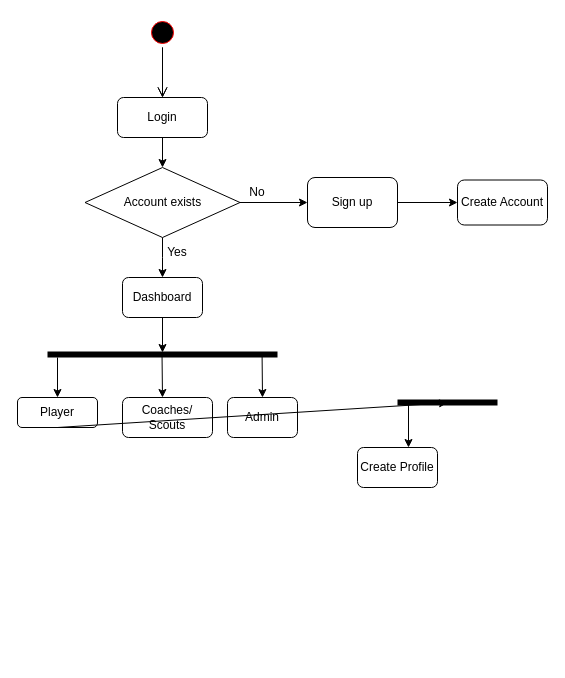
The draw.io diagram Untitled Diagram.drawio in anumathew-25/anumathew-25, before the edit. Source tidied: cells renumbered, new cells numbered last; positions are measured from the earlier drawing's top-left corner, leaving out a move shared by most shapes. Both pictures are drawn from the tidied source at 100%, with x=0, y=0 at pixel (17, 17).
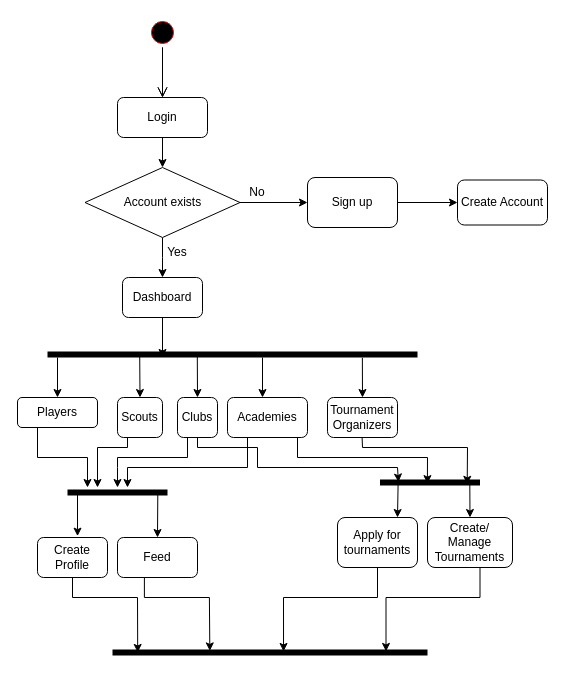
After the change.

The change refers to these unchanged cells:
```xml
<mxCell id="12" value="Dashboard" style="rounded=1;whiteSpace=wrap;html=1;fillColor=#FFFFFF;" parent="1" vertex="1">
  <mxGeometry x="105" y="260" width="80" height="40" as="geometry" />
</mxCell>
```

What changed in the source:
```diff
@@
-    <mxCell id="14" style="endArrow=classic;html=1;rounded=0;strokeColor=#000000;exitX=0.5;exitY=1;exitDx=0;exitDy=0;" parent="1" edge="1" source="12" target="15">
-      <mxGeometry relative="1" as="geometry" />
+    <mxCell id="14" style="endArrow=classic;html=1;rounded=0;strokeColor=#000000;exitX=0.5;exitY=1;exitDx=0;exitDy=0;" parent="1" edge="1" source="12">
+      <mxGeometry relative="1" as="geometry">
+        <mxPoint x="145" y="340" as="targetPoint" />
+      </mxGeometry>
     </mxCell>
     <mxCell id="15" style="line;strokeWidth=6;fillColor=none;align=left;verticalAlign=middle;spacingTop=-1;spacingLeft=3;spacingRight=3;labelPosition=right;points=[];portConstraint=eastwest;" parent="1" vertex="1">
-      <mxGeometry x="30" y="335" width="230" height="4" as="geometry" />
+      <mxGeometry x="30" y="335" width="370" height="4" as="geometry" />
     </mxCell>
@@
-    <mxCell id="17" style="endArrow=classic;html=1;rounded=0;strokeColor=#000000;" parent="1" edge="1">
+    <mxCell id="17" style="endArrow=classic;html=1;rounded=0;strokeColor=#000000;entryX=0.5;entryY=0;entryDx=0;entryDy=0;" parent="1" edge="1" target="19">
       <mxGeometry relative="1" as="geometry">
-        <mxPoint x="144.5" y="335" as="sourcePoint" />
-        <mxPoint x="145" y="380" as="targetPoint" />
+        <mxPoint x="122.2" y="335" as="sourcePoint" />
       </mxGeometry>
     </mxCell>
-    <mxCell id="18" value="Player" style="rounded=1;whiteSpace=wrap;html=1;strokeWidth=1;fillColor=#FFFFFF;" parent="1" vertex="1">
+    <mxCell id="18" value="Players" style="rounded=1;whiteSpace=wrap;html=1;strokeWidth=1;fillColor=#FFFFFF;" parent="1" vertex="1">
       <mxGeometry y="380" width="80" height="30" as="geometry" />
     </mxCell>
-    <mxCell id="19" value="Coaches/&lt;br&gt;Scouts" style="rounded=1;whiteSpace=wrap;html=1;strokeWidth=1;fillColor=#FFFFFF;" parent="1" vertex="1">
-      <mxGeometry x="105" y="380" width="90" height="40" as="geometry" />
+    <mxCell id="19" value="Scouts" style="rounded=1;whiteSpace=wrap;html=1;strokeWidth=1;fillColor=#FFFFFF;" parent="1" vertex="1">
+      <mxGeometry x="100" y="380" width="45" height="40" as="geometry" />
     </mxCell>
-    <mxCell id="20" value="Admin" style="rounded=1;whiteSpace=wrap;html=1;strokeWidth=1;fillColor=#FFFFFF;" parent="1" vertex="1">
-      <mxGeometry x="210" y="380" width="70" height="40" as="geometry" />
+    <mxCell id="20" value="Academies" style="rounded=1;whiteSpace=wrap;html=1;strokeWidth=1;fillColor=#FFFFFF;" parent="1" vertex="1">
+      <mxGeometry x="210" y="380" width="80" height="40" as="geometry" />
     </mxCell>
-    <mxCell id="21" style="endArrow=classic;html=1;rounded=0;strokeColor=#000000;exitX=0.933;exitY=0.583;exitDx=0;exitDy=0;exitPerimeter=0;entryX=0.5;entryY=0;entryDx=0;entryDy=0;" parent="1" edge="1" source="15" target="20">
-      <mxGeometry relative="1" as="geometry" />
+    <mxCell id="21" style="endArrow=classic;html=1;rounded=0;strokeColor=#000000;" parent="1" edge="1">
+      <mxGeometry relative="1" as="geometry">
+        <mxPoint x="245" y="340" as="sourcePoint" />
+        <mxPoint x="245" y="380" as="targetPoint" />
+      </mxGeometry>
     </mxCell>
     <mxCell id="22" style="line;strokeWidth=6;fillColor=none;align=left;verticalAlign=middle;spacingTop=-1;spacingLeft=3;spacingRight=3;labelPosition=right;points=[];portConstraint=eastwest;" parent="1" vertex="1">
-      <mxGeometry x="380" y="380" width="100" height="10" as="geometry" />
+      <mxGeometry x="50" y="470" width="100" height="10" as="geometry" />
     </mxCell>
-    <mxCell id="23" style="endArrow=classic;html=1;rounded=0;strokeColor=#000000;exitX=0.5;exitY=1;exitDx=0;exitDy=0;entryX=0.5;entryY=0.533;entryDx=0;entryDy=0;entryPerimeter=0;" parent="1" edge="1" source="18" target="22">
-      <mxGeometry relative="1" as="geometry" />
-    </mxCell>
@@
-    <mxCell id="26" style="endArrow=classic;html=1;rounded=0;strokeColor=#000000;" parent="1" edge="1">
+    <mxCell id="26" style="endArrow=classic;html=1;rounded=0;strokeColor=#000000;entryX=0.572;entryY=-0.034;entryDx=0;entryDy=0;entryPerimeter=0;" parent="1" edge="1" target="27">
       <mxGeometry relative="1" as="geometry">
-        <mxPoint x="391" y="385" as="sourcePoint" />
-        <mxPoint x="391" y="430" as="targetPoint" />
+        <mxPoint x="60" y="472.5" as="sourcePoint" />
       </mxGeometry>
     </mxCell>
     <mxCell id="27" value="Create Profile" style="rounded=1;whiteSpace=wrap;html=1;strokeWidth=1;fillColor=#FFFFFF;" parent="1" vertex="1">
-      <mxGeometry x="340" y="430" width="80" height="40" as="geometry" />
+      <mxGeometry x="20" y="520" width="70" height="40" as="geometry" />
     </mxCell>
+    <mxCell id="28" style="endArrow=classic;html=1;rounded=0;strokeColor=#000000;entryX=0.5;entryY=0;entryDx=0;entryDy=0;exitX=0.903;exitY=0.656;exitDx=0;exitDy=0;exitPerimeter=0;" parent="1" edge="1" source="22" target="29">
+      <mxGeometry relative="1" as="geometry" />
+    </mxCell>
+    <mxCell id="29" value="Feed" style="rounded=1;whiteSpace=wrap;html=1;strokeWidth=1;fillColor=#FFFFFF;" parent="1" vertex="1">
+      <mxGeometry x="100" y="520" width="80" height="40" as="geometry" />
+    </mxCell>
+    <mxCell id="30" value="Tournament&lt;br&gt;Organizers" style="rounded=1;whiteSpace=wrap;html=1;strokeWidth=1;fillColor=#FFFFFF;" parent="1" vertex="1">
+      <mxGeometry x="310" y="380" width="70" height="40" as="geometry" />
+    </mxCell>
+    <mxCell id="31" style="endArrow=classic;html=1;rounded=0;strokeColor=#000000;entryX=0.5;entryY=0;entryDx=0;entryDy=0;exitX=0.851;exitY=1.306;exitDx=0;exitDy=0;exitPerimeter=0;" parent="1" edge="1" source="15" target="30">
+      <mxGeometry relative="1" as="geometry" />
+    </mxCell>
+    <mxCell id="32" style="endArrow=classic;html=1;rounded=0;strokeColor=#000000;exitX=0.25;exitY=1;exitDx=0;exitDy=0;" parent="1" edge="1" source="18">
+      <mxGeometry relative="1" as="geometry">
+        <mxPoint x="70" y="470" as="targetPoint" />
+        <Array as="points">
+          <mxPoint x="20" y="440" />
+          <mxPoint x="70" y="440" />
+        </Array>
+      </mxGeometry>
+    </mxCell>
+    <mxCell id="33" style="endArrow=classic;html=1;rounded=0;strokeColor=#000000;" parent="1" edge="1">
+      <mxGeometry relative="1" as="geometry">
+        <mxPoint x="110" y="420" as="sourcePoint" />
+        <mxPoint x="80" y="470" as="targetPoint" />
+        <Array as="points">
+          <mxPoint x="110" y="430" />
+          <mxPoint x="80" y="430" />
+        </Array>
+      </mxGeometry>
+    </mxCell>
+    <mxCell id="34" value="Create/ Manage Tournaments" style="rounded=1;whiteSpace=wrap;html=1;strokeWidth=1;fillColor=#FFFFFF;" parent="1" vertex="1">
+      <mxGeometry x="410" y="500" width="85" height="50" as="geometry" />
+    </mxCell>
+    <mxCell id="35" style="endArrow=classic;html=1;rounded=0;strokeColor=#000000;entryX=0.474;entryY=0.61;entryDx=0;entryDy=0;entryPerimeter=0;" parent="1" edge="1" target="38">
+      <mxGeometry relative="1" as="geometry">
+        <mxPoint x="280" y="420" as="sourcePoint" />
+        <Array as="points">
+          <mxPoint x="280" y="440" />
+          <mxPoint x="410" y="440" />
+        </Array>
+      </mxGeometry>
+    </mxCell>
+    <mxCell id="36" style="endArrow=classic;html=1;rounded=0;strokeColor=#000000;entryX=0.5;entryY=0;entryDx=0;entryDy=0;startArrow=none;exitX=0.898;exitY=0.541;exitDx=0;exitDy=0;exitPerimeter=0;" parent="1" edge="1" source="38" target="34">
+      <mxGeometry relative="1" as="geometry" />
+    </mxCell>
+    <mxCell id="37" style="endArrow=classic;html=1;rounded=0;strokeColor=#000000;entryX=0.872;entryY=0.681;entryDx=0;entryDy=0;entryPerimeter=0;" parent="1" edge="1" target="38">
+      <mxGeometry relative="1" as="geometry">
+        <mxPoint x="344.6" y="420" as="sourcePoint" />
+        <Array as="points">
+          <mxPoint x="345" y="430" />
+          <mxPoint x="450" y="430" />
+        </Array>
+      </mxGeometry>
+    </mxCell>
+    <mxCell id="38" style="line;strokeWidth=6;fillColor=none;align=left;verticalAlign=middle;spacingTop=-1;spacingLeft=3;spacingRight=3;labelPosition=right;points=[];portConstraint=eastwest;" parent="1" vertex="1">
+      <mxGeometry x="362.5" y="460" width="100" height="10" as="geometry" />
+    </mxCell>
+    <mxCell id="39" value="Apply for tournaments" style="rounded=1;whiteSpace=wrap;html=1;strokeWidth=1;fillColor=#FFFFFF;" parent="1" vertex="1">
+      <mxGeometry x="320" y="500" width="80" height="50" as="geometry" />
+    </mxCell>
+    <mxCell id="40" value="Clubs" style="rounded=1;whiteSpace=wrap;html=1;strokeWidth=1;fillColor=#FFFFFF;" parent="1" vertex="1">
+      <mxGeometry x="160" y="380" width="40" height="40" as="geometry" />
+    </mxCell>
+    <mxCell id="41" style="endArrow=classic;html=1;rounded=0;strokeColor=#000000;" parent="1" edge="1">
+      <mxGeometry relative="1" as="geometry">
+        <mxPoint x="179.8" y="339" as="sourcePoint" />
+        <mxPoint x="180" y="380" as="targetPoint" />
+      </mxGeometry>
+    </mxCell>
+    <mxCell id="42" style="endArrow=classic;html=1;rounded=0;strokeColor=#000000;strokeWidth=1;exitX=0.25;exitY=1;exitDx=0;exitDy=0;" parent="1" edge="1" source="40">
+      <mxGeometry relative="1" as="geometry">
+        <mxPoint x="100" y="470" as="targetPoint" />
+        <Array as="points">
+          <mxPoint x="170" y="440" />
+          <mxPoint x="100" y="440" />
+          <mxPoint x="100" y="450" />
+        </Array>
+      </mxGeometry>
+    </mxCell>
+    <mxCell id="43" style="endArrow=classic;html=1;rounded=0;strokeColor=#000000;strokeWidth=1;exitX=0.25;exitY=1;exitDx=0;exitDy=0;" parent="1" edge="1" source="20">
+      <mxGeometry relative="1" as="geometry">
+        <mxPoint x="110" y="470" as="targetPoint" />
+        <Array as="points">
+          <mxPoint x="230" y="450" />
+          <mxPoint x="110" y="450" />
+        </Array>
+      </mxGeometry>
+    </mxCell>
+    <mxCell id="44" style="endArrow=classic;html=1;rounded=0;strokeColor=#000000;strokeWidth=1;exitX=0.5;exitY=1;exitDx=0;exitDy=0;entryX=0.185;entryY=0.451;entryDx=0;entryDy=0;entryPerimeter=0;" parent="1" edge="1" source="40" target="38">
+      <mxGeometry relative="1" as="geometry">
+        <Array as="points">
+          <mxPoint x="180" y="430" />
+          <mxPoint x="240" y="430" />
+          <mxPoint x="240" y="450" />
+          <mxPoint x="380" y="450" />
+        </Array>
+      </mxGeometry>
+    </mxCell>
+    <mxCell id="45" style="endArrow=classic;html=1;rounded=0;strokeColor=#000000;strokeWidth=1;exitX=0.181;exitY=0.69;exitDx=0;exitDy=0;exitPerimeter=0;entryX=0.75;entryY=0;entryDx=0;entryDy=0;" parent="1" edge="1" source="38" target="39">
+      <mxGeometry relative="1" as="geometry" />
+    </mxCell>
+    <mxCell id="46" style="line;strokeWidth=6;fillColor=none;align=left;verticalAlign=middle;spacingTop=-1;spacingLeft=3;spacingRight=3;labelPosition=right;points=[];portConstraint=eastwest;" parent="1" vertex="1">
+      <mxGeometry x="95" y="630" width="315" height="10" as="geometry" />
+    </mxCell>
+    <mxCell id="47" style="endArrow=classic;html=1;rounded=0;strokeColor=#000000;strokeWidth=1;exitX=0.5;exitY=1;exitDx=0;exitDy=0;entryX=0.08;entryY=0.495;entryDx=0;entryDy=0;entryPerimeter=0;" parent="1" edge="1" source="27" target="46">
+      <mxGeometry relative="1" as="geometry">
+        <Array as="points">
+          <mxPoint x="55" y="580" />
+          <mxPoint x="120" y="580" />
+        </Array>
+      </mxGeometry>
+    </mxCell>
+    <mxCell id="48" style="endArrow=classic;html=1;rounded=0;strokeColor=#000000;strokeWidth=1;exitX=0.5;exitY=1;exitDx=0;exitDy=0;entryX=0.309;entryY=0.34;entryDx=0;entryDy=0;entryPerimeter=0;" parent="1" edge="1" target="46">
+      <mxGeometry relative="1" as="geometry">
+        <mxPoint x="126.9" y="560" as="sourcePoint" />
+        <Array as="points">
+          <mxPoint x="126.9" y="580" />
+          <mxPoint x="191.9" y="580" />
+        </Array>
+      </mxGeometry>
+    </mxCell>
+    <mxCell id="49" style="endArrow=classic;html=1;rounded=0;strokeColor=#000000;strokeWidth=1;exitX=0.5;exitY=1;exitDx=0;exitDy=0;entryX=0.543;entryY=0.395;entryDx=0;entryDy=0;entryPerimeter=0;" parent="1" edge="1" source="39" target="46">
+      <mxGeometry relative="1" as="geometry">
+        <Array as="points">
+          <mxPoint x="360" y="580" />
+          <mxPoint x="266" y="580" />
+        </Array>
+      </mxGeometry>
+    </mxCell>
+    <mxCell id="50" style="endArrow=classic;html=1;rounded=0;strokeColor=#000000;strokeWidth=1;exitX=0.5;exitY=1;exitDx=0;exitDy=0;entryX=0.543;entryY=0.395;entryDx=0;entryDy=0;entryPerimeter=0;" parent="1" edge="1">
+      <mxGeometry relative="1" as="geometry">
+        <mxPoint x="462.5" y="550" as="sourcePoint" />
+        <mxPoint x="368.5" y="633.9" as="targetPoint" />
+        <Array as="points">
+          <mxPoint x="462.5" y="580" />
+          <mxPoint x="368.5" y="580" />
+        </Array>
+      </mxGeometry>
+    </mxCell>
```
